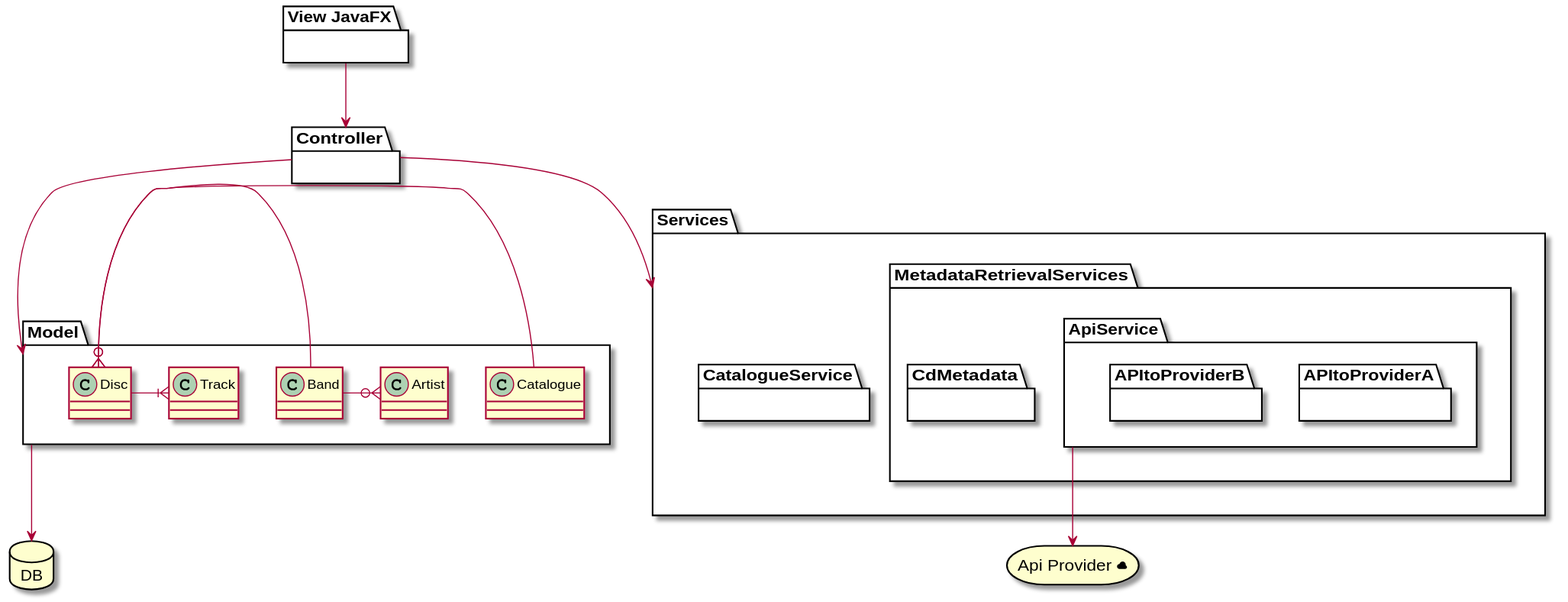
Before: doc/images/Entities.svg, a diagram exported from PlantUML (AxoKoi/BandurriaJ).
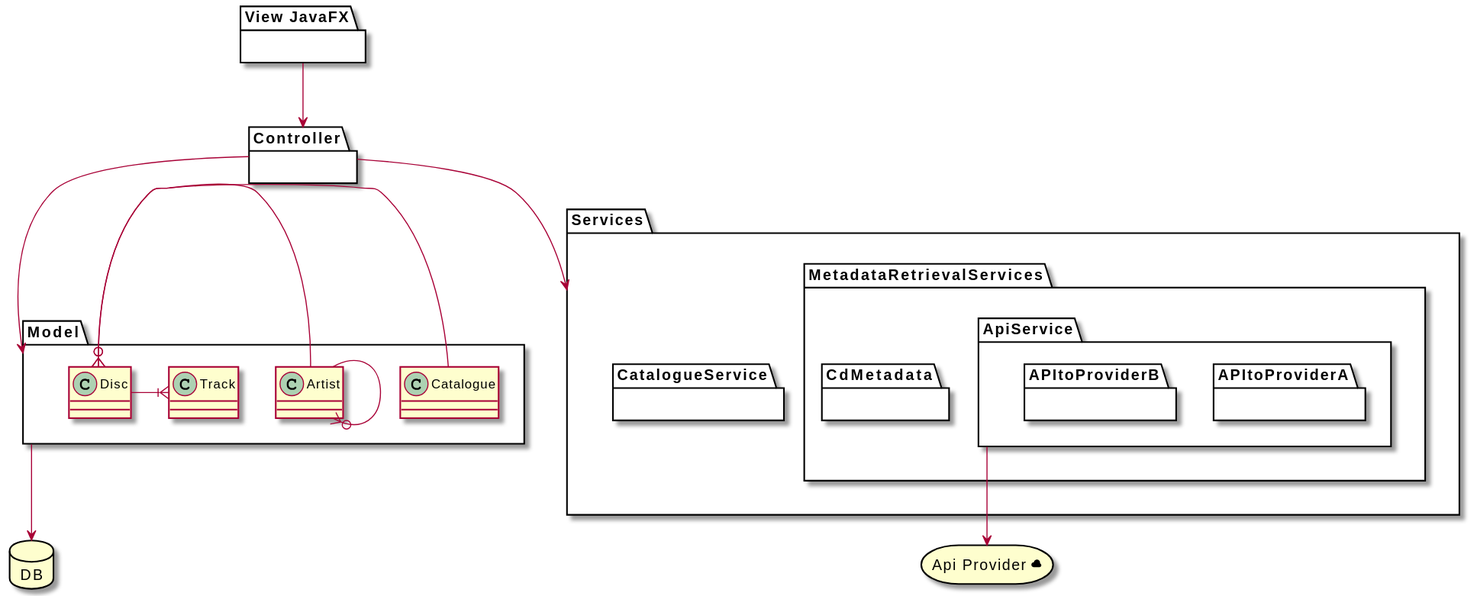
The same diagram one commit later.

Diff of the diagram source:
```diff
@@ -9,12 +9,11 @@
  class Disc
  class Catalogue
  class Artist
- class Band
  class Track
 
   Disc }o- Catalogue
-  Disc }o- Band
-  Band -o{ Artist
+  Disc }o- Artist
+  Artist -o{ Artist
   Disc -|{ Track
 }
 
```
